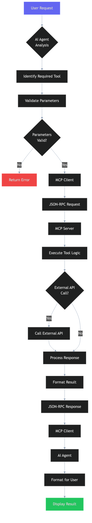
rmonsurate/rea-mcp-docs keeps this Mermaid diagram as docs/assets/diagrams/tool-execution.png. Above is the earlier version. Its source is kept beside it as docs/assets/diagrams/tool-execution.mmd. Its diagram source:
```mermaid
%%{init: {'theme': 'dark', 'themeVariables': { 'primaryColor': '#6366f1', 'primaryTextColor': '#fff', 'primaryBorderColor': '#818cf8', 'lineColor': '#94a3b8', 'secondaryColor': '#1e293b', 'tertiaryColor': '#334155'}}}%%
flowchart TD
    A[User Request] --> B{AI Agent<br/>Analysis}
    B --> C[Identify Required Tool]
    C --> D[Validate Parameters]
    D --> E{Parameters<br/>Valid?}
    E -->|No| F[Return Error]
    E -->|Yes| G[MCP Client]
    G --> H[JSON-RPC Request]
    H --> I[MCP Server]
    I --> J[Execute Tool Logic]
    J --> K{External API<br/>Call?}
    K -->|Yes| L[Call External API]
    L --> M[Process Response]
    K -->|No| M
    M --> N[Format Result]
    N --> O[JSON-RPC Response]
    O --> P[MCP Client]
    P --> Q[AI Agent]
    Q --> R[Format for User]
    R --> S[Display Result]

    style A fill:#6366f1,stroke:#818cf8
    style S fill:#22c55e,stroke:#4ade80
    style F fill:#ef4444,stroke:#f87171
```
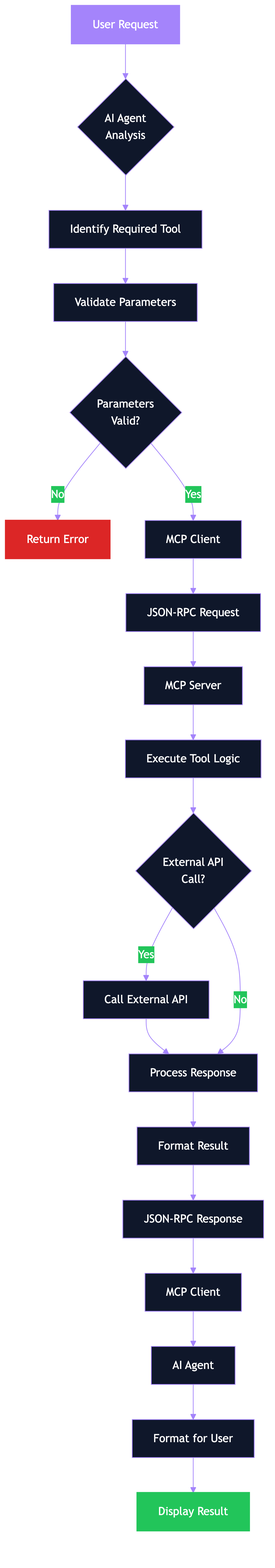
The same diagram one commit later.

Diff of the diagram source:
```diff
@@ -1,25 +1,25 @@
-%%{init: {'theme': 'dark', 'themeVariables': { 'primaryColor': '#6366f1', 'primaryTextColor': '#fff', 'primaryBorderColor': '#818cf8', 'lineColor': '#94a3b8', 'secondaryColor': '#1e293b', 'tertiaryColor': '#334155'}}}%%
+%%{init: {'theme': 'base', 'themeVariables': { 'primaryColor': '#a484fb', 'primaryTextColor': '#ffffff', 'primaryBorderColor': '#a484fb', 'secondaryColor': '#22c55a', 'secondaryTextColor': '#ffffff', 'tertiaryColor': '#1e293b', 'lineColor': '#a484fb', 'textColor': '#f8fafc', 'mainBkg': '#0f172a', 'nodeBorder': '#a484fb', 'nodeTextColor': '#ffffff'}}}%%
 flowchart TD
-    A[User Request] --> B{AI Agent<br/>Analysis}
-    B --> C[Identify Required Tool]
-    C --> D[Validate Parameters]
-    D --> E{Parameters<br/>Valid?}
-    E -->|No| F[Return Error]
-    E -->|Yes| G[MCP Client]
-    G --> H[JSON-RPC Request]
-    H --> I[MCP Server]
-    I --> J[Execute Tool Logic]
-    J --> K{External API<br/>Call?}
-    K -->|Yes| L[Call External API]
-    L --> M[Process Response]
+    A["User Request"] --> B{"AI Agent<br/>Analysis"}
+    B --> C["Identify Required Tool"]
+    C --> D["Validate Parameters"]
+    D --> E{"Parameters<br/>Valid?"}
+    E -->|No| F["Return Error"]
+    E -->|Yes| G["MCP Client"]
+    G --> H["JSON-RPC Request"]
+    H --> I["MCP Server"]
+    I --> J["Execute Tool Logic"]
+    J --> K{"External API<br/>Call?"}
+    K -->|Yes| L["Call External API"]
+    L --> M["Process Response"]
     K -->|No| M
-    M --> N[Format Result]
-    N --> O[JSON-RPC Response]
-    O --> P[MCP Client]
-    P --> Q[AI Agent]
-    Q --> R[Format for User]
-    R --> S[Display Result]
+    M --> N["Format Result"]
+    N --> O["JSON-RPC Response"]
+    O --> P["MCP Client"]
+    P --> Q["AI Agent"]
+    Q --> R["Format for User"]
+    R --> S["Display Result"]
 
-    style A fill:#6366f1,stroke:#818cf8
-    style S fill:#22c55e,stroke:#4ade80
-    style F fill:#ef4444,stroke:#f87171
+    style A fill:#a484fb,stroke:#a484fb,stroke-width:2px,color:#ffffff
+    style S fill:#22c55a,stroke:#22c55a,stroke-width:2px,color:#ffffff
+    style F fill:#dc2626,stroke:#dc2626,stroke-width:2px,color:#ffffff
```
